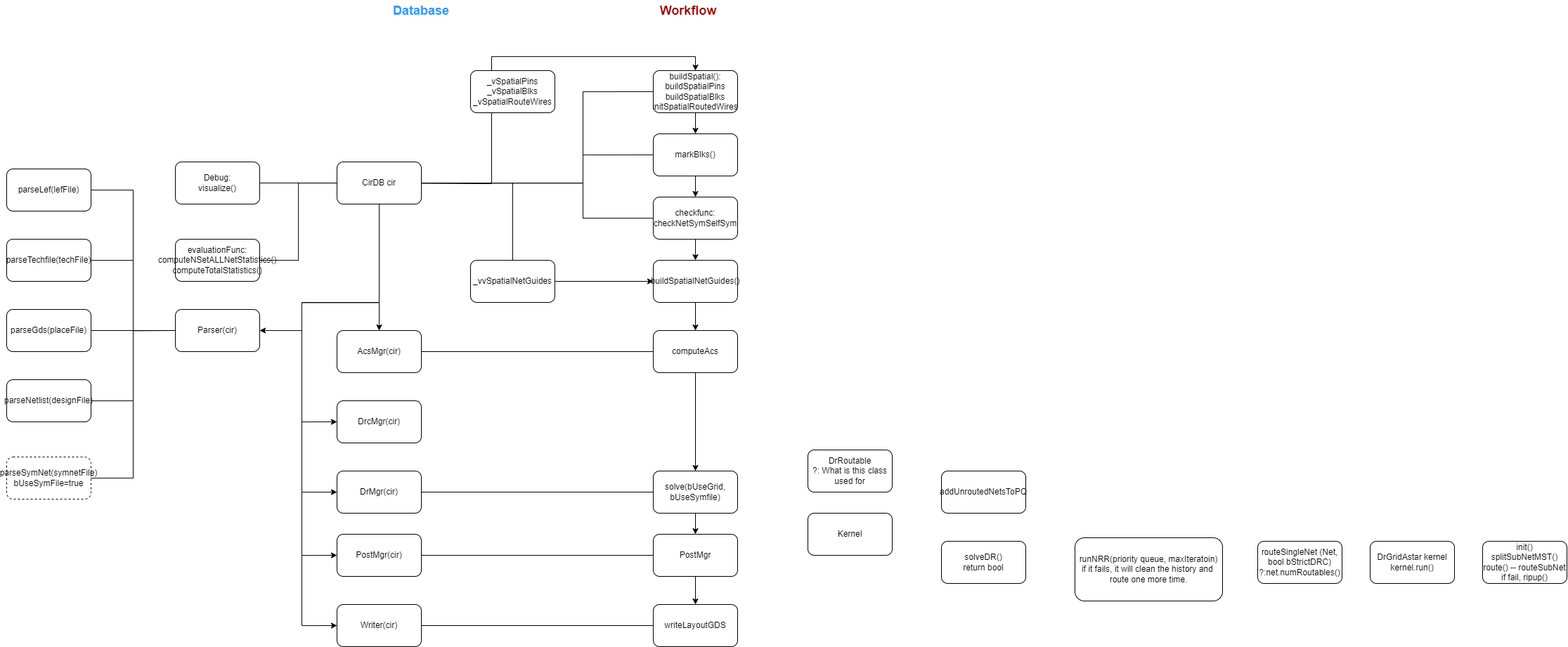
Above: anaroute.drawio.png in ajiann/drawio (draw.io), before the change. Source tidied: cells renumbered, new cells last; positions are measured from the earlier drawing's top-left corner, leaving out a move shared by most shapes.
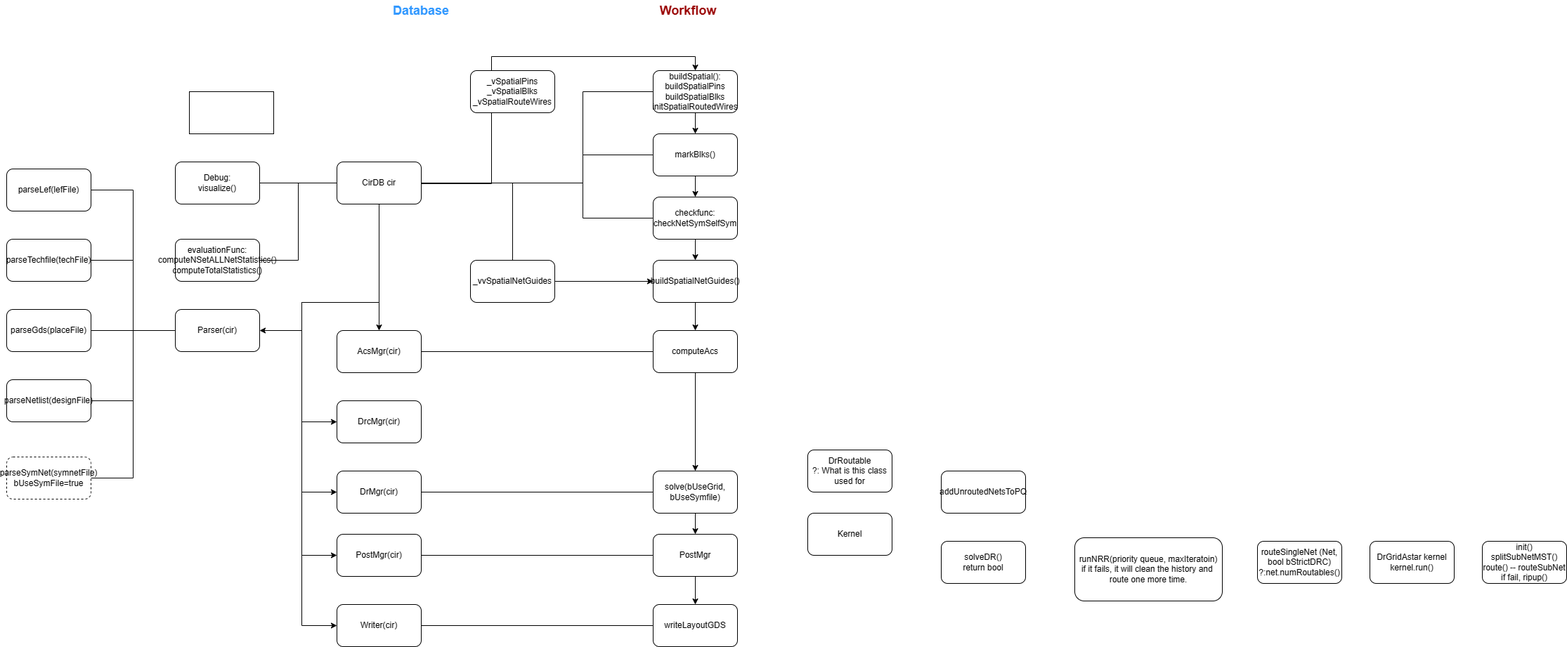
Above is the later version.

The edit, as a diff of the source:
```diff
@@ -254,5 +254,8 @@
     <mxCell id="66" value="init()&lt;div&gt;splitSubNetMST()&lt;/div&gt;&lt;div&gt;route() -- routeSubNet&lt;/div&gt;&lt;div&gt;if fail, ripup()&lt;/div&gt;" style="rounded=1;whiteSpace=wrap;html=1;" parent="1" vertex="1">
       <mxGeometry x="2100" y="770" width="120" height="60" as="geometry" />
     </mxCell>
+    <mxCell id="67" style="rounded=0;whiteSpace=wrap;html=1;" parent="1" vertex="1">
+      <mxGeometry x="260" y="130" width="120" height="60" as="geometry" />
+    </mxCell>
   </root>
 </mxGraphModel>
```
